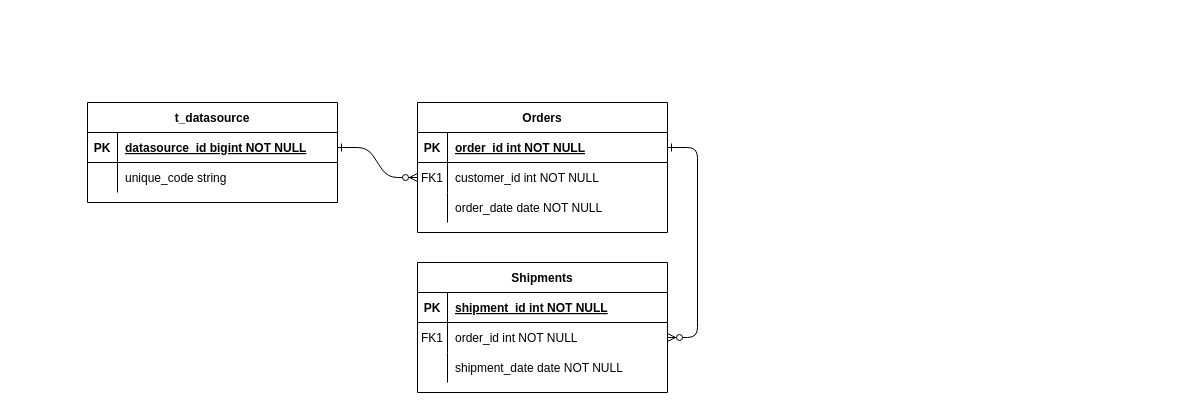
hailunliu/warriers keeps this draw.io diagram as 未命名绘图.drawio. Above is the earlier version. Source tidied: cells renumbered, new cells numbered last; positions are measured from the earlier drawing's top-left corner, leaving out a move shared by most shapes. Both pictures are drawn from the tidied source at 100%, with x=0, y=0 at pixel (87, 102).
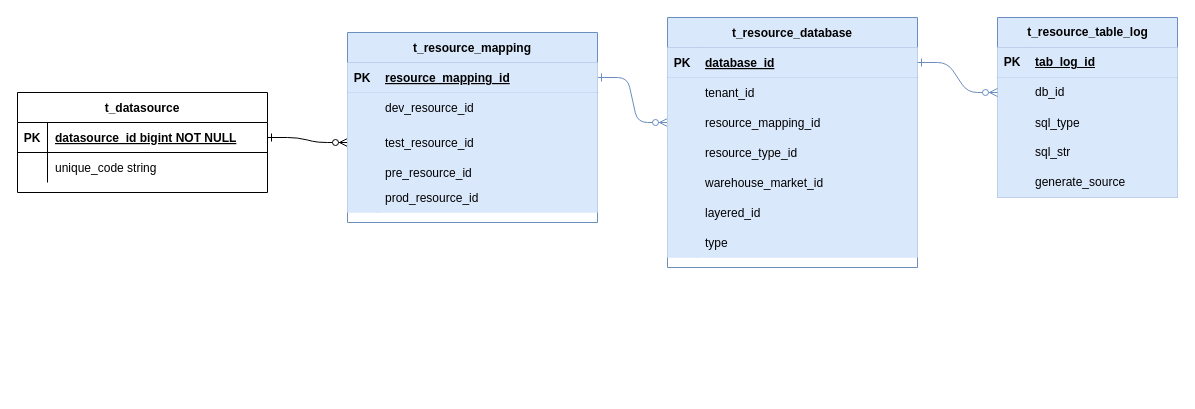
After the change.

Commit message:
数据平台数据库管理ER图.drawio

Unchanged cells that the change refers to:
```xml
<mxCell id="25" style="shape=partialRectangle;fillColor=none;points=[[0,0.5],[1,0.5]];portConstraint=eastwest;top=0;left=0;right=0;bottom=1;" parent="24" vertex="1">
  <mxGeometry y="30" width="250" height="30" as="geometry" />
</mxCell>
```

Change to the diagram source:
```diff
@@
-    <mxCell id="2" style="edgeStyle=entityRelationEdgeStyle;endArrow=ERzeroToMany;startArrow=ERone;endFill=1;startFill=0;" parent="1" edge="1" source="25" target="8">
+    <mxCell id="2" style="edgeStyle=entityRelationEdgeStyle;endArrow=ERzeroToMany;startArrow=ERone;endFill=1;startFill=0;entryX=0;entryY=0.5;entryDx=0;entryDy=0;" parent="1" edge="1" source="25" target="11">
       <mxGeometry relative="1" as="geometry" />
     </mxCell>
-    <mxCell id="3" style="edgeStyle=entityRelationEdgeStyle;endArrow=ERzeroToMany;startArrow=ERone;endFill=1;startFill=0;" parent="1" edge="1" source="5" target="18">
+    <mxCell id="3" style="edgeStyle=entityRelationEdgeStyle;endArrow=ERzeroToMany;startArrow=ERone;endFill=1;startFill=0;fillColor=#dae8fc;strokeColor=#6c8ebf;" parent="1" edge="1" source="5" target="21">
       <mxGeometry relative="1" as="geometry" />
     </mxCell>
-    <mxCell id="4" value="Orders" style="shape=table;startSize=30;childLayout=tableLayout;rowLines=0;fontStyle=1;align=center;" parent="1" vertex="1">
-      <mxGeometry x="330" width="250" height="130" as="geometry" />
+    <mxCell id="4" value="t_resource_mapping" style="shape=table;startSize=30;childLayout=tableLayout;rowLines=0;fontStyle=1;align=center;fillColor=#dae8fc;strokeColor=#6c8ebf;" parent="1" vertex="1">
+      <mxGeometry x="260" y="-70" width="250" height="190" as="geometry" />
     </mxCell>
-    <mxCell id="5" style="shape=partialRectangle;fillColor=none;points=[[0,0.5],[1,0.5]];portConstraint=eastwest;top=0;left=0;right=0;bottom=1;" parent="4" vertex="1">
+    <mxCell id="5" style="shape=partialRectangle;fillColor=#dae8fc;points=[[0,0.5],[1,0.5]];portConstraint=eastwest;top=0;left=0;right=0;bottom=1;strokeColor=#6c8ebf;" parent="4" vertex="1">
       <mxGeometry y="30" width="250" height="30" as="geometry" />
     </mxCell>
-    <mxCell id="6" value="PK" style="shape=partialRectangle;overflow=hidden;fillColor=none;top=0;left=0;bottom=0;right=0;fontStyle=1;" parent="5" vertex="1">
+    <mxCell id="6" value="PK" style="shape=partialRectangle;overflow=hidden;fillColor=#dae8fc;top=0;left=0;bottom=0;right=0;fontStyle=1;strokeColor=#6c8ebf;" parent="5" vertex="1">
       <mxGeometry width="30" height="30" as="geometry" />
     </mxCell>
-    <mxCell id="7" value="order_id int NOT NULL " style="shape=partialRectangle;overflow=hidden;fillColor=none;top=0;left=0;bottom=0;right=0;align=left;spacingLeft=6;fontStyle=5;" parent="5" vertex="1">
+    <mxCell id="7" value="resource_mapping_id" style="shape=partialRectangle;overflow=hidden;fillColor=#dae8fc;top=0;left=0;bottom=0;right=0;align=left;spacingLeft=6;fontStyle=5;strokeColor=#6c8ebf;" parent="5" vertex="1">
       <mxGeometry x="30" width="220" height="30" as="geometry" />
     </mxCell>
-    <mxCell id="8" style="shape=partialRectangle;fillColor=none;points=[[0,0.5],[1,0.5]];portConstraint=eastwest;top=0;left=0;right=0;bottom=0;" parent="4" vertex="1">
+    <mxCell id="8" style="shape=partialRectangle;fillColor=#dae8fc;points=[[0,0.5],[1,0.5]];portConstraint=eastwest;top=0;left=0;right=0;bottom=0;strokeColor=#6c8ebf;" parent="4" vertex="1">
       <mxGeometry y="60" width="250" height="30" as="geometry" />
     </mxCell>
-    <mxCell id="9" value="FK1" style="shape=partialRectangle;overflow=hidden;fillColor=none;top=0;left=0;bottom=0;right=0;" parent="8" vertex="1">
+    <mxCell id="9" style="shape=partialRectangle;overflow=hidden;fillColor=#dae8fc;top=0;left=0;bottom=0;right=0;strokeColor=#6c8ebf;" parent="8" vertex="1">
       <mxGeometry width="30" height="30" as="geometry" />
     </mxCell>
-    <mxCell id="10" value="customer_id int NOT NULL" style="shape=partialRectangle;overflow=hidden;fillColor=none;top=0;left=0;bottom=0;right=0;align=left;spacingLeft=6;" parent="8" vertex="1">
+    <mxCell id="10" value="dev_resource_id" style="shape=partialRectangle;overflow=hidden;fillColor=#dae8fc;top=0;left=0;bottom=0;right=0;align=left;spacingLeft=6;strokeColor=#6c8ebf;" parent="8" vertex="1">
       <mxGeometry x="30" width="220" height="30" as="geometry" />
     </mxCell>
-    <mxCell id="11" style="shape=partialRectangle;fillColor=none;points=[[0,0.5],[1,0.5]];portConstraint=eastwest;top=0;left=0;right=0;bottom=0;" parent="4" vertex="1">
-      <mxGeometry y="90" width="250" height="30" as="geometry" />
+    <mxCell id="11" style="shape=partialRectangle;fillColor=#dae8fc;points=[[0,0.5],[1,0.5]];portConstraint=eastwest;top=0;left=0;right=0;bottom=0;strokeColor=#6c8ebf;" parent="4" vertex="1">
+      <mxGeometry y="90" width="250" height="40" as="geometry" />
     </mxCell>
-    <mxCell id="12" style="shape=partialRectangle;overflow=hidden;fillColor=none;top=0;left=0;bottom=0;right=0;" parent="11" vertex="1">
-      <mxGeometry width="30" height="30" as="geometry" />
+    <mxCell id="12" style="shape=partialRectangle;overflow=hidden;fillColor=#dae8fc;top=0;left=0;bottom=0;right=0;strokeColor=#6c8ebf;" parent="11" vertex="1">
+      <mxGeometry width="30" height="40" as="geometry" />
     </mxCell>
-    <mxCell id="13" value="order_date date NOT NULL" style="shape=partialRectangle;overflow=hidden;fillColor=none;top=0;left=0;bottom=0;right=0;align=left;spacingLeft=6;" parent="11" vertex="1">
-      <mxGeometry x="30" width="220" height="30" as="geometry" />
+    <mxCell id="13" value="test_resource_id" style="shape=partialRectangle;overflow=hidden;fillColor=#dae8fc;top=0;left=0;bottom=0;right=0;align=left;spacingLeft=6;strokeColor=#6c8ebf;" parent="11" vertex="1">
+      <mxGeometry x="30" width="220" height="40" as="geometry" />
     </mxCell>
+    <mxCell id="31" style="shape=tableRow;horizontal=0;startSize=0;swimlaneHead=0;swimlaneBody=0;fillColor=#dae8fc;top=0;left=0;right=0;bottom=0;strokeColor=#6c8ebf;" parent="4" vertex="1">
+      <mxGeometry y="130" width="250" height="20" as="geometry" />
+    </mxCell>
+    <mxCell id="32" style="shape=partialRectangle;fillColor=#dae8fc;top=0;left=0;bottom=0;right=0;overflow=hidden;strokeColor=#6c8ebf;" parent="31" vertex="1">
+      <mxGeometry width="30" height="20" as="geometry" />
+    </mxCell>
+    <mxCell id="33" value="pre_resource_id   " style="shape=partialRectangle;fillColor=#dae8fc;top=0;left=0;bottom=0;right=0;align=left;spacingLeft=6;overflow=hidden;strokeColor=#6c8ebf;" parent="31" vertex="1">
+      <mxGeometry x="30" width="220" height="20" as="geometry" />
+    </mxCell>
+    <mxCell id="34" style="shape=tableRow;horizontal=0;startSize=0;swimlaneHead=0;swimlaneBody=0;fillColor=#dae8fc;top=0;left=0;right=0;bottom=0;strokeColor=#6c8ebf;" parent="4" vertex="1">
+      <mxGeometry y="150" width="250" height="30" as="geometry" />
+    </mxCell>
+    <mxCell id="35" style="shape=partialRectangle;fillColor=#dae8fc;top=0;left=0;bottom=0;right=0;overflow=hidden;strokeColor=#6c8ebf;" parent="34" vertex="1">
+      <mxGeometry width="30" height="30" as="geometry" />
+    </mxCell>
+    <mxCell id="36" value="prod_resource_id" style="shape=partialRectangle;fillColor=#dae8fc;top=0;left=0;bottom=0;right=0;align=left;spacingLeft=6;overflow=hidden;strokeColor=#6c8ebf;" parent="34" vertex="1">
+      <mxGeometry x="30" width="220" height="30" as="geometry" />
+    </mxCell>
-    <mxCell id="14" value="Shipments" style="shape=table;startSize=30;childLayout=tableLayout;rowLines=0;fontStyle=1;align=center;" parent="1" vertex="1">
-      <mxGeometry x="330" y="160" width="250" height="130" as="geometry" />
+    <mxCell id="14" value="t_resource_database" style="shape=table;startSize=30;childLayout=tableLayout;rowLines=0;fontStyle=1;align=center;fillColor=#dae8fc;strokeColor=#6c8ebf;" parent="1" vertex="1">
+      <mxGeometry x="580" y="-85" width="250" height="250" as="geometry" />
     </mxCell>
-    <mxCell id="15" style="shape=partialRectangle;fillColor=none;points=[[0,0.5],[1,0.5]];portConstraint=eastwest;top=0;left=0;right=0;bottom=1;" parent="14" vertex="1">
+    <mxCell id="15" style="shape=partialRectangle;fillColor=#dae8fc;points=[[0,0.5],[1,0.5]];portConstraint=eastwest;top=0;left=0;right=0;bottom=1;strokeColor=#6c8ebf;" parent="14" vertex="1">
       <mxGeometry y="30" width="250" height="30" as="geometry" />
     </mxCell>
-    <mxCell id="16" value="PK" style="shape=partialRectangle;overflow=hidden;fillColor=none;top=0;left=0;bottom=0;right=0;fontStyle=1;" parent="15" vertex="1">
+    <mxCell id="16" value="PK" style="shape=partialRectangle;overflow=hidden;fillColor=#dae8fc;top=0;left=0;bottom=0;right=0;fontStyle=1;strokeColor=#6c8ebf;" parent="15" vertex="1">
       <mxGeometry width="30" height="30" as="geometry" />
     </mxCell>
-    <mxCell id="17" value="shipment_id int NOT NULL " style="shape=partialRectangle;overflow=hidden;fillColor=none;top=0;left=0;bottom=0;right=0;align=left;spacingLeft=6;fontStyle=5;" parent="15" vertex="1">
+    <mxCell id="17" value="database_id" style="shape=partialRectangle;overflow=hidden;fillColor=#dae8fc;top=0;left=0;bottom=0;right=0;align=left;spacingLeft=6;fontStyle=5;strokeColor=#6c8ebf;" parent="15" vertex="1">
       <mxGeometry x="30" width="220" height="30" as="geometry" />
     </mxCell>
-    <mxCell id="18" style="shape=partialRectangle;fillColor=none;points=[[0,0.5],[1,0.5]];portConstraint=eastwest;top=0;left=0;right=0;bottom=0;" parent="14" vertex="1">
+    <mxCell id="18" style="shape=partialRectangle;fillColor=#dae8fc;points=[[0,0.5],[1,0.5]];portConstraint=eastwest;top=0;left=0;right=0;bottom=0;strokeColor=#6c8ebf;" parent="14" vertex="1">
       <mxGeometry y="60" width="250" height="30" as="geometry" />
     </mxCell>
-    <mxCell id="19" value="FK1" style="shape=partialRectangle;overflow=hidden;fillColor=none;top=0;left=0;bottom=0;right=0;" parent="18" vertex="1">
+    <mxCell id="19" style="shape=partialRectangle;overflow=hidden;fillColor=#dae8fc;top=0;left=0;bottom=0;right=0;strokeColor=#6c8ebf;" parent="18" vertex="1">
       <mxGeometry width="30" height="30" as="geometry" />
     </mxCell>
-    <mxCell id="20" value="order_id int NOT NULL" style="shape=partialRectangle;overflow=hidden;fillColor=none;top=0;left=0;bottom=0;right=0;align=left;spacingLeft=6;" parent="18" vertex="1">
+    <mxCell id="20" value="tenant_id" style="shape=partialRectangle;overflow=hidden;fillColor=#dae8fc;top=0;left=0;bottom=0;right=0;align=left;spacingLeft=6;strokeColor=#6c8ebf;" parent="18" vertex="1">
       <mxGeometry x="30" width="220" height="30" as="geometry" />
     </mxCell>
-    <mxCell id="21" style="shape=partialRectangle;fillColor=none;points=[[0,0.5],[1,0.5]];portConstraint=eastwest;top=0;left=0;right=0;bottom=0;" parent="14" vertex="1">
+    <mxCell id="21" style="shape=partialRectangle;fillColor=#dae8fc;points=[[0,0.5],[1,0.5]];portConstraint=eastwest;top=0;left=0;right=0;bottom=0;strokeColor=#6c8ebf;" parent="14" vertex="1">
       <mxGeometry y="90" width="250" height="30" as="geometry" />
     </mxCell>
-    <mxCell id="22" style="shape=partialRectangle;overflow=hidden;fillColor=none;top=0;left=0;bottom=0;right=0;" parent="21" vertex="1">
+    <mxCell id="22" style="shape=partialRectangle;overflow=hidden;fillColor=#dae8fc;top=0;left=0;bottom=0;right=0;strokeColor=#6c8ebf;" parent="21" vertex="1">
       <mxGeometry width="30" height="30" as="geometry" />
     </mxCell>
-    <mxCell id="23" value="shipment_date date NOT NULL" style="shape=partialRectangle;overflow=hidden;fillColor=none;top=0;left=0;bottom=0;right=0;align=left;spacingLeft=6;" parent="21" vertex="1">
+    <mxCell id="23" value="resource_mapping_id" style="shape=partialRectangle;overflow=hidden;fillColor=#dae8fc;top=0;left=0;bottom=0;right=0;align=left;spacingLeft=6;strokeColor=#6c8ebf;" parent="21" vertex="1">
       <mxGeometry x="30" width="220" height="30" as="geometry" />
     </mxCell>
+    <mxCell id="37" style="shape=tableRow;horizontal=0;startSize=0;swimlaneHead=0;swimlaneBody=0;fillColor=#dae8fc;top=0;left=0;right=0;bottom=0;strokeColor=#6c8ebf;" parent="14" vertex="1">
+      <mxGeometry y="120" width="250" height="30" as="geometry" />
+    </mxCell>
+    <mxCell id="38" style="shape=partialRectangle;fillColor=#dae8fc;top=0;left=0;bottom=0;right=0;overflow=hidden;strokeColor=#6c8ebf;" parent="37" vertex="1">
+      <mxGeometry width="30" height="30" as="geometry" />
+    </mxCell>
+    <mxCell id="39" value="resource_type_id" style="shape=partialRectangle;fillColor=#dae8fc;top=0;left=0;bottom=0;right=0;align=left;spacingLeft=6;overflow=hidden;strokeColor=#6c8ebf;" parent="37" vertex="1">
+      <mxGeometry x="30" width="220" height="30" as="geometry" />
+    </mxCell>
+    <mxCell id="40" style="shape=tableRow;horizontal=0;startSize=0;swimlaneHead=0;swimlaneBody=0;fillColor=#dae8fc;top=0;left=0;right=0;bottom=0;strokeColor=#6c8ebf;" parent="14" vertex="1">
+      <mxGeometry y="150" width="250" height="30" as="geometry" />
+    </mxCell>
+    <mxCell id="41" style="shape=partialRectangle;fillColor=#dae8fc;top=0;left=0;bottom=0;right=0;overflow=hidden;strokeColor=#6c8ebf;" parent="40" vertex="1">
+      <mxGeometry width="30" height="30" as="geometry" />
+    </mxCell>
+    <mxCell id="42" value="warehouse_market_id" style="shape=partialRectangle;fillColor=#dae8fc;top=0;left=0;bottom=0;right=0;align=left;spacingLeft=6;overflow=hidden;strokeColor=#6c8ebf;" parent="40" vertex="1">
+      <mxGeometry x="30" width="220" height="30" as="geometry" />
+    </mxCell>
+    <mxCell id="43" style="shape=tableRow;horizontal=0;startSize=0;swimlaneHead=0;swimlaneBody=0;fillColor=#dae8fc;top=0;left=0;right=0;bottom=0;strokeColor=#6c8ebf;" parent="14" vertex="1">
+      <mxGeometry y="180" width="250" height="30" as="geometry" />
+    </mxCell>
+    <mxCell id="44" style="shape=partialRectangle;fillColor=#dae8fc;top=0;left=0;bottom=0;right=0;overflow=hidden;strokeColor=#6c8ebf;" parent="43" vertex="1">
+      <mxGeometry width="30" height="30" as="geometry" />
+    </mxCell>
+    <mxCell id="45" value="layered_id" style="shape=partialRectangle;fillColor=#dae8fc;top=0;left=0;bottom=0;right=0;align=left;spacingLeft=6;overflow=hidden;strokeColor=#6c8ebf;" parent="43" vertex="1">
+      <mxGeometry x="30" width="220" height="30" as="geometry" />
+    </mxCell>
+    <mxCell id="46" style="shape=tableRow;horizontal=0;startSize=0;swimlaneHead=0;swimlaneBody=0;fillColor=#dae8fc;top=0;left=0;right=0;bottom=0;strokeColor=#6c8ebf;" parent="14" vertex="1">
+      <mxGeometry y="210" width="250" height="30" as="geometry" />
+    </mxCell>
+    <mxCell id="47" style="shape=partialRectangle;fillColor=#dae8fc;top=0;left=0;bottom=0;right=0;overflow=hidden;strokeColor=#6c8ebf;" parent="46" vertex="1">
+      <mxGeometry width="30" height="30" as="geometry" />
+    </mxCell>
+    <mxCell id="48" value="type" style="shape=partialRectangle;fillColor=#dae8fc;top=0;left=0;bottom=0;right=0;align=left;spacingLeft=6;overflow=hidden;strokeColor=#6c8ebf;" parent="46" vertex="1">
+      <mxGeometry x="30" width="220" height="30" as="geometry" />
+    </mxCell>
     <mxCell id="24" value="t_datasource" style="shape=table;startSize=30;childLayout=tableLayout;rowLines=0;fontStyle=1;align=center;" parent="1" vertex="1">
-      <mxGeometry width="250" height="100" as="geometry" />
+      <mxGeometry x="-70" y="-10" width="250" height="100" as="geometry" />
     </mxCell>
@@
+    <mxCell id="49" value="t_resource_table_log" style="shape=table;startSize=30;childLayout=tableLayout;rowLines=0;fontStyle=1;align=center;html=1;fillColor=#dae8fc;strokeColor=#6c8ebf;" parent="1" vertex="1">
+      <mxGeometry x="910" y="-85" width="180" height="180" as="geometry" />
+    </mxCell>
+    <mxCell id="50" style="shape=tableRow;horizontal=0;startSize=0;swimlaneHead=0;swimlaneBody=0;fillColor=#dae8fc;top=0;left=0;right=0;bottom=1;strokeColor=#6c8ebf;" parent="49" vertex="1">
+      <mxGeometry y="30" width="180" height="30" as="geometry" />
+    </mxCell>
+    <mxCell id="51" value="PK" style="shape=partialRectangle;fillColor=#dae8fc;top=0;left=0;bottom=0;right=0;fontStyle=1;overflow=hidden;whiteSpace=wrap;html=1;strokeColor=#6c8ebf;" parent="50" vertex="1">
+      <mxGeometry width="30" height="30" as="geometry" />
+    </mxCell>
+    <mxCell id="52" value="tab_log_id" style="shape=partialRectangle;fillColor=#dae8fc;top=0;left=0;bottom=0;right=0;align=left;spacingLeft=6;fontStyle=5;overflow=hidden;whiteSpace=wrap;html=1;strokeColor=#6c8ebf;" parent="50" vertex="1">
+      <mxGeometry x="30" width="150" height="30" as="geometry" />
+    </mxCell>
+    <mxCell id="53" style="shape=tableRow;horizontal=0;startSize=0;swimlaneHead=0;swimlaneBody=0;fillColor=#dae8fc;points=[[0,0.5],[1,0.5]];portConstraint=eastwest;top=0;left=0;right=0;bottom=0;strokeColor=#6c8ebf;" parent="49" vertex="1">
+      <mxGeometry y="60" width="180" height="30" as="geometry" />
+    </mxCell>
+    <mxCell id="54" style="shape=partialRectangle;fillColor=#dae8fc;top=0;left=0;bottom=0;right=0;overflow=hidden;whiteSpace=wrap;html=1;strokeColor=#6c8ebf;" parent="53" vertex="1">
+      <mxGeometry width="30" height="30" as="geometry" />
+    </mxCell>
+    <mxCell id="55" value="db_id" style="shape=partialRectangle;fillColor=#dae8fc;top=0;left=0;bottom=0;right=0;align=left;spacingLeft=6;overflow=hidden;whiteSpace=wrap;html=1;strokeColor=#6c8ebf;" parent="53" vertex="1">
+      <mxGeometry x="30" width="150" height="30" as="geometry" />
+    </mxCell>
+    <mxCell id="56" style="shape=tableRow;horizontal=0;startSize=0;swimlaneHead=0;swimlaneBody=0;fillColor=#dae8fc;top=0;left=0;right=0;bottom=0;strokeColor=#6c8ebf;" parent="49" vertex="1">
+      <mxGeometry y="90" width="180" height="30" as="geometry" />
+    </mxCell>
+    <mxCell id="57" style="shape=partialRectangle;fillColor=#dae8fc;top=0;left=0;bottom=0;right=0;overflow=hidden;strokeColor=#6c8ebf;" parent="56" vertex="1">
+      <mxGeometry width="30" height="30" as="geometry" />
+    </mxCell>
+    <mxCell id="58" value="sql_type" style="shape=partialRectangle;fillColor=#dae8fc;top=0;left=0;bottom=0;right=0;align=left;spacingLeft=6;overflow=hidden;strokeColor=#6c8ebf;" parent="56" vertex="1">
+      <mxGeometry x="30" width="150" height="30" as="geometry" />
+    </mxCell>
+    <mxCell id="59" style="shape=tableRow;horizontal=0;startSize=0;swimlaneHead=0;swimlaneBody=0;fillColor=#dae8fc;top=0;left=0;right=0;bottom=0;strokeColor=#6c8ebf;" parent="49" vertex="1">
+      <mxGeometry y="120" width="180" height="30" as="geometry" />
+    </mxCell>
+    <mxCell id="60" style="shape=partialRectangle;fillColor=#dae8fc;top=0;left=0;bottom=0;right=0;overflow=hidden;whiteSpace=wrap;html=1;strokeColor=#6c8ebf;" parent="59" vertex="1">
+      <mxGeometry width="30" height="30" as="geometry" />
+    </mxCell>
+    <mxCell id="61" value="sql_str" style="shape=partialRectangle;fillColor=#dae8fc;top=0;left=0;bottom=0;right=0;align=left;spacingLeft=6;overflow=hidden;whiteSpace=wrap;html=1;strokeColor=#6c8ebf;" parent="59" vertex="1">
+      <mxGeometry x="30" width="150" height="30" as="geometry" />
+    </mxCell>
+    <mxCell id="62" style="shape=tableRow;horizontal=0;startSize=0;swimlaneHead=0;swimlaneBody=0;fillColor=#dae8fc;top=0;left=0;right=0;bottom=0;strokeColor=#6c8ebf;" parent="49" vertex="1">
+      <mxGeometry y="150" width="180" height="30" as="geometry" />
+    </mxCell>
+    <mxCell id="63" style="shape=partialRectangle;fillColor=#dae8fc;top=0;left=0;bottom=0;right=0;overflow=hidden;whiteSpace=wrap;html=1;strokeColor=#6c8ebf;" parent="62" vertex="1">
+      <mxGeometry width="30" height="30" as="geometry" />
+    </mxCell>
+    <mxCell id="64" value="generate_source" style="shape=partialRectangle;fillColor=#dae8fc;top=0;left=0;bottom=0;right=0;align=left;spacingLeft=6;overflow=hidden;whiteSpace=wrap;html=1;strokeColor=#6c8ebf;" parent="62" vertex="1">
+      <mxGeometry x="30" width="150" height="30" as="geometry" />
+    </mxCell>
+    <mxCell id="65" style="edgeStyle=entityRelationEdgeStyle;endArrow=ERzeroToMany;startArrow=ERone;endFill=1;startFill=0;fillColor=#dae8fc;strokeColor=#6c8ebf;exitX=1;exitY=0.5;exitDx=0;exitDy=0;" parent="1" edge="1" source="15" target="53">
+      <mxGeometry relative="1" as="geometry" />
+    </mxCell>
```
